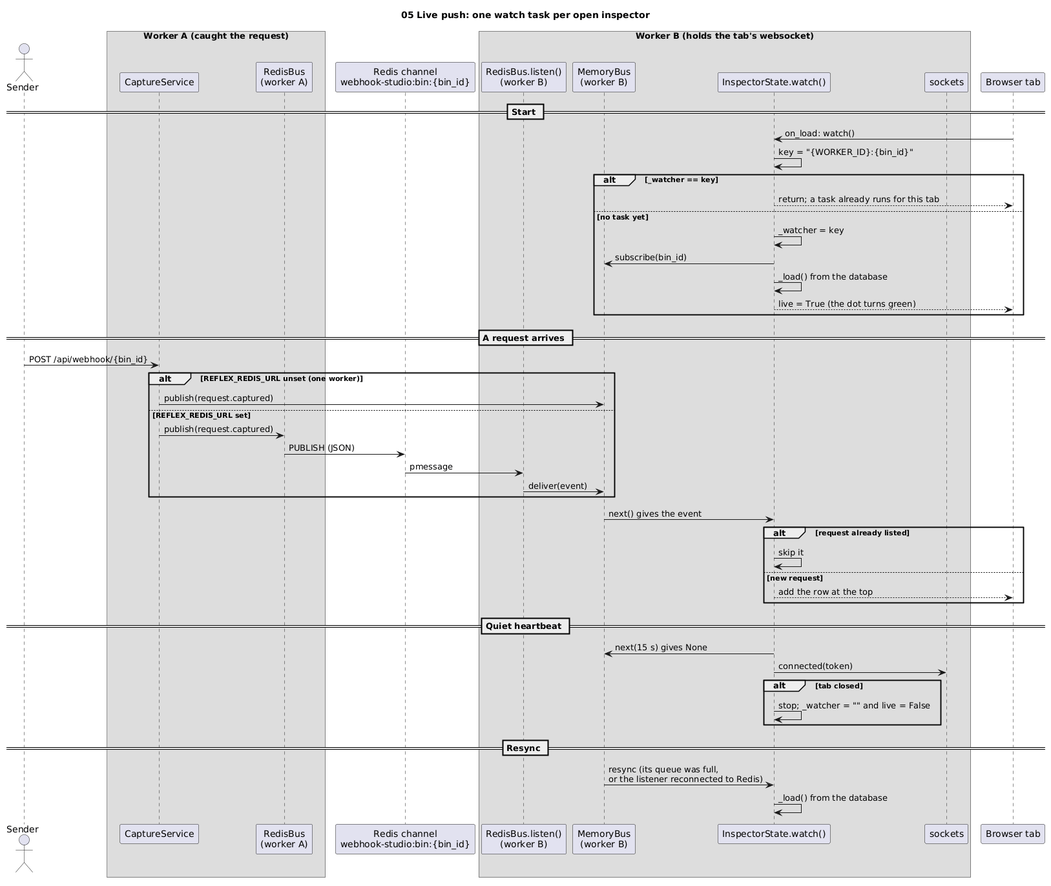
Nikhil-Raphy/reflex-fastapi-webhook-studio keeps this PlantUML diagram as docs/diagrams/05-seq-live-push.png. Above is the earlier version. Its diagram source:
```plantuml
@startuml 05-seq-live-push
title 05 Live push: one watch task per open inspector

actor "Sender" as sender
box "Worker A (caught the request)"
  participant "CaptureService" as capture
  participant "RedisBus\n(worker A)" as bus_a
end box
participant "Redis channel\nwebhook-studio:bin:{bin_id}" as redis
box "Worker B (holds the tab's websocket)"
  participant "RedisBus.listen()\n(worker B)" as listen_b
  participant "MemoryBus\n(worker B)" as memory_b
  participant "InspectorState.watch()" as watch
  participant "sockets" as sockets
end box
participant "Browser tab" as tab

== Start ==
tab -> watch : on_load: watch()
watch -> watch : key = "{WORKER_ID}:{bin_id}"
alt _watcher == key
  watch --> tab : return; a task already runs for this tab
else no task yet
  watch -> watch : _watcher = key
  watch -> memory_b : subscribe(bin_id)
  watch -> watch : _load() from the database
  watch --> tab : live = True (the dot turns green)
end

== A request arrives ==
sender -> capture : POST /api/webhook/{bin_id}
alt REFLEX_REDIS_URL unset (one worker)
  capture -> memory_b : publish(request.captured)
else REFLEX_REDIS_URL set
  capture -> bus_a : publish(request.captured)
  bus_a -> redis : PUBLISH (JSON)
  redis -> listen_b : pmessage
  listen_b -> memory_b : deliver(event)
end
memory_b -> watch : next() gives the event
alt request already listed
  watch -> watch : skip it
else new request
  watch --> tab : add the row at the top
end

== Quiet heartbeat ==
watch -> memory_b : next(15 s) gives None
watch -> sockets : connected(token)
alt tab closed
  watch -> watch : stop; _watcher = "" and live = False
end

== Resync ==
memory_b -> watch : resync (its queue was full,\nor the listener reconnected to Redis)
watch -> watch : _load() from the database
@enduml
```
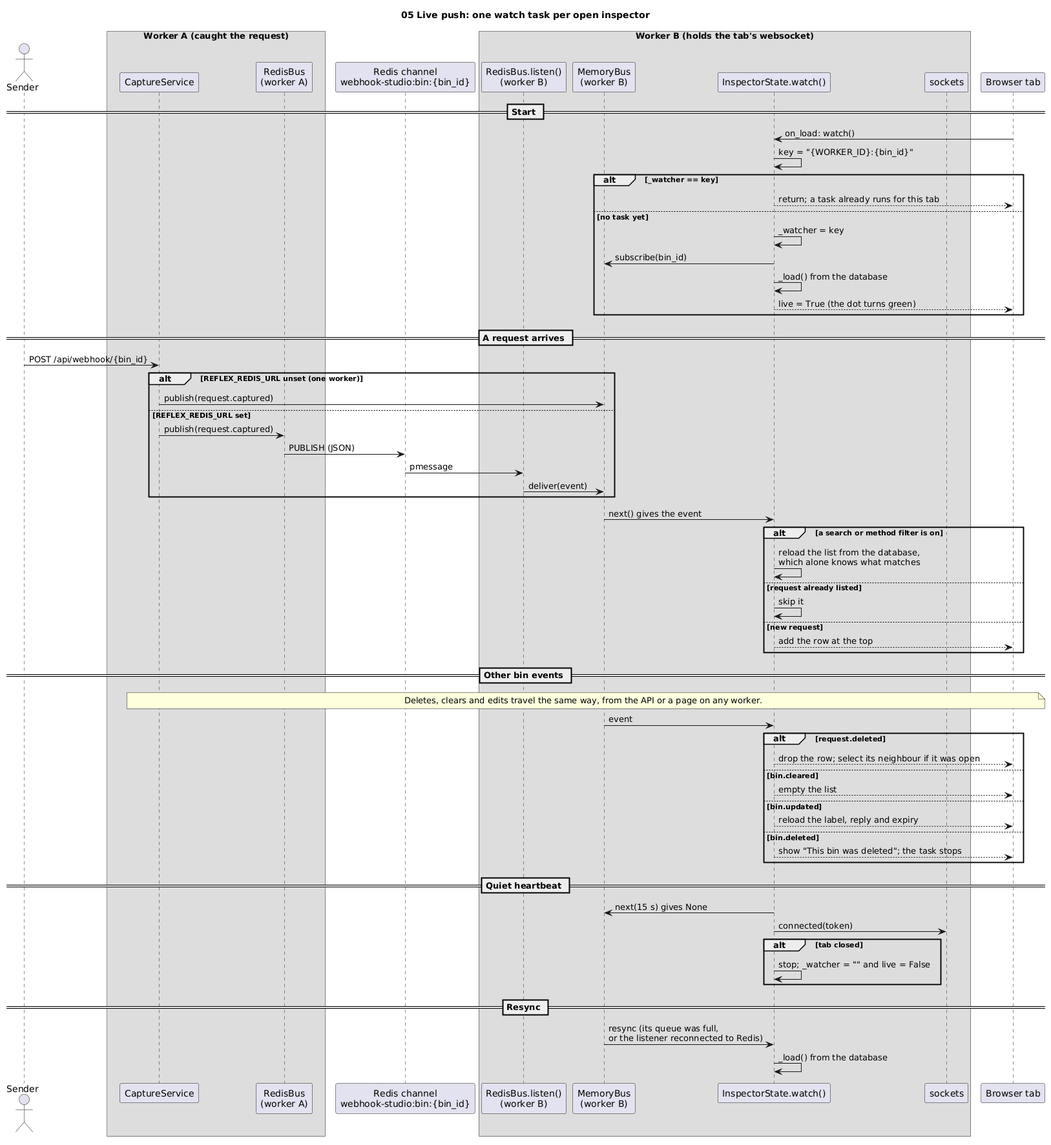
The same file after the commit.

What changed in the source:
```diff
@@ -38,10 +38,27 @@
   listen_b -> memory_b : deliver(event)
 end
 memory_b -> watch : next() gives the event
-alt request already listed
+alt a search or method filter is on
+  watch -> watch : reload the list from the database,\nwhich alone knows what matches
+else request already listed
   watch -> watch : skip it
 else new request
   watch --> tab : add the row at the top
+end
+
+== Other bin events ==
+note over capture, tab
+  Deletes, clears and edits travel the same way, from the API or a page on any worker.
+end note
+memory_b -> watch : event
+alt request.deleted
+  watch --> tab : drop the row; select its neighbour if it was open
+else bin.cleared
+  watch --> tab : empty the list
+else bin.updated
+  watch --> tab : reload the label, reply and expiry
+else bin.deleted
+  watch --> tab : show "This bin was deleted"; the task stops
 end
 
 == Quiet heartbeat ==
```
